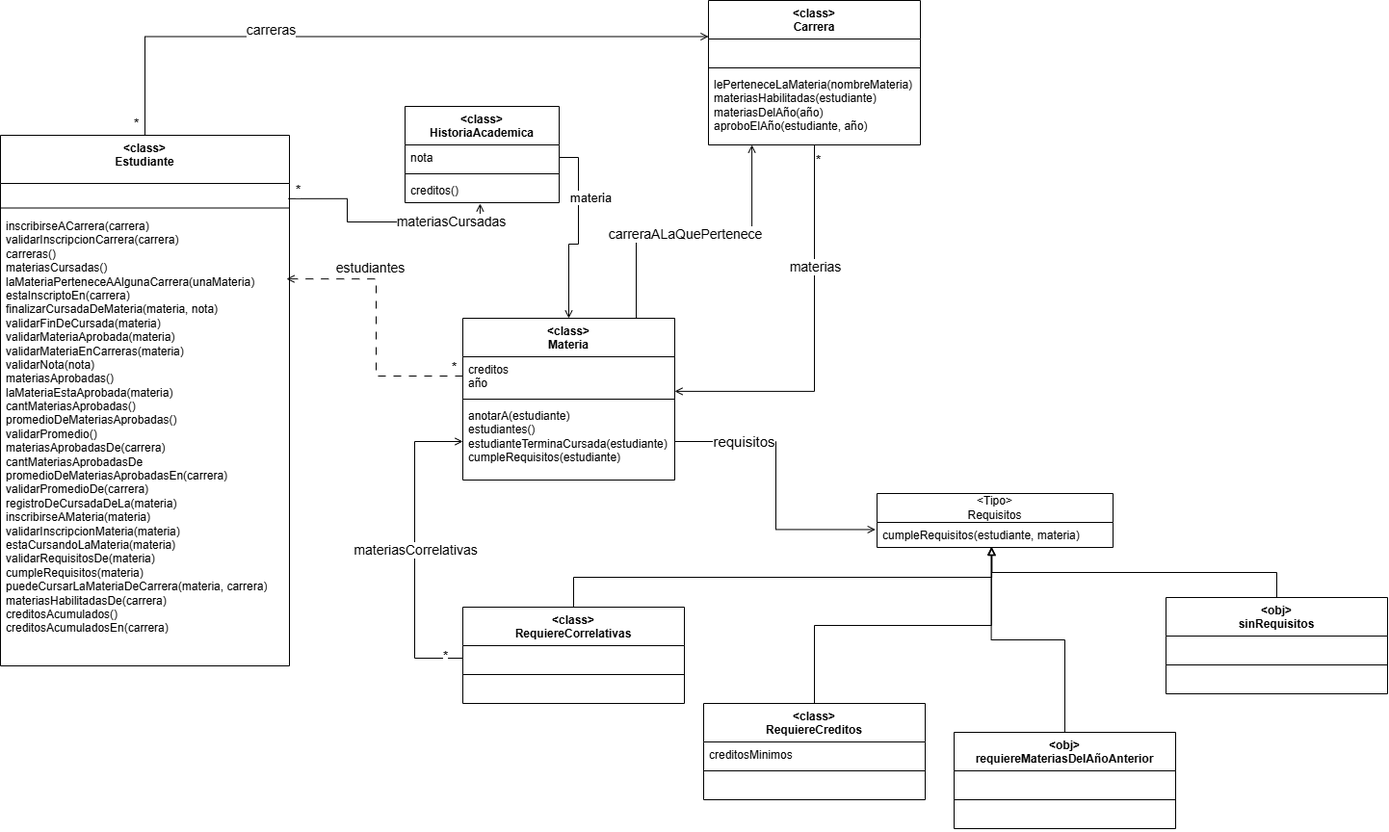
The draw.io diagram DiagramaEstaticoMaterias.drawio.png in obj1unq/obj1unq-2026s2c2_tp3Materias_valentinamiaarenas, before a commit. Source tidied: cells renumbered, new cells last; positions are measured from the earlier drawing's top-left corner, leaving out a move shared by most shapes.
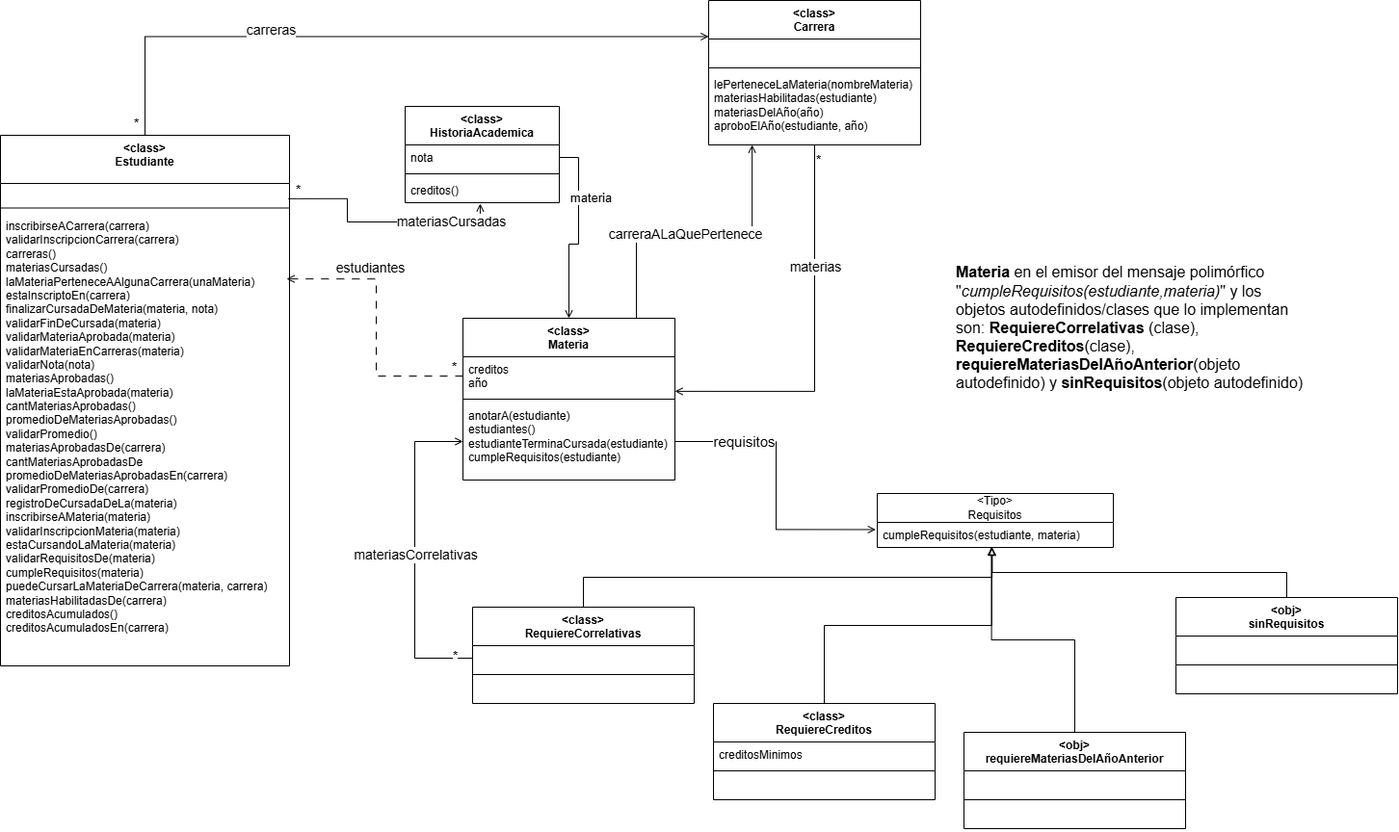
The same file after the commit.

Commit message:
Parte 5.3 Completa

Diff of the diagram source:
```diff
@@ -93,7 +93,7 @@
       <mxGeometry relative="1" as="geometry" />
     </mxCell>
     <mxCell id="27" value="&amp;lt;class&amp;gt;&lt;div&gt;RequiereCorrelativas&lt;/div&gt;" style="swimlane;fontStyle=1;align=center;verticalAlign=top;horizontal=1;startSize=40;whiteSpace=wrap;html=1;" parent="1" vertex="1">
-      <mxGeometry x="480" y="630" width="230" height="100" as="geometry" />
+      <mxGeometry x="490" y="630" width="230" height="100" as="geometry" />
     </mxCell>
     <mxCell id="28" value="&amp;nbsp;" style="text;strokeColor=none;fillColor=none;align=left;verticalAlign=top;spacingLeft=4;spacingRight=4;overflow=hidden;points=[[0,0.5],[1,0.5]];portConstraint=eastwest;whiteSpace=wrap;html=1;" parent="27" vertex="1">
       <mxGeometry y="40" width="230" height="26" as="geometry" />
@@ -108,7 +108,7 @@
       <mxGeometry x="0.01" relative="1" as="geometry" />
     </mxCell>
     <mxCell id="32" value="&amp;lt;class&amp;gt;&lt;div&gt;RequiereCreditos&lt;/div&gt;" style="swimlane;fontStyle=1;align=center;verticalAlign=top;horizontal=1;startSize=40;whiteSpace=wrap;html=1;" parent="1" vertex="1">
-      <mxGeometry x="730" y="730" width="230" height="100" as="geometry" />
+      <mxGeometry x="740" y="730" width="230" height="100" as="geometry" />
     </mxCell>
     <mxCell id="33" value="creditosMinimos" style="text;strokeColor=none;fillColor=none;align=left;verticalAlign=top;spacingLeft=4;spacingRight=4;overflow=hidden;whiteSpace=wrap;html=1;" parent="32" vertex="1">
       <mxGeometry y="40" width="230" height="26" as="geometry" />
@@ -120,7 +120,7 @@
       <mxGeometry y="74" width="230" height="26" as="geometry" />
     </mxCell>
     <mxCell id="36" value="&amp;lt;obj&amp;gt;&lt;div&gt;requiereMateriasDelAñoAnterior&lt;/div&gt;" style="swimlane;fontStyle=1;align=center;verticalAlign=top;horizontal=1;startSize=40;whiteSpace=wrap;html=1;" parent="1" vertex="1">
-      <mxGeometry x="990" y="760" width="230" height="100" as="geometry" />
+      <mxGeometry x="1000" y="760" width="230" height="100" as="geometry" />
     </mxCell>
     <mxCell id="37" value="&amp;nbsp;" style="text;strokeColor=none;fillColor=none;align=left;verticalAlign=top;spacingLeft=4;spacingRight=4;overflow=hidden;whiteSpace=wrap;html=1;" parent="36" vertex="1">
       <mxGeometry y="40" width="230" height="26" as="geometry" />
@@ -132,7 +132,7 @@
       <mxGeometry y="74" width="230" height="26" as="geometry" />
     </mxCell>
     <mxCell id="40" value="&amp;lt;obj&amp;gt;&lt;div&gt;sinRequisitos&lt;/div&gt;" style="swimlane;fontStyle=1;align=center;verticalAlign=top;horizontal=1;startSize=40;whiteSpace=wrap;html=1;" parent="1" vertex="1">
-      <mxGeometry x="1210" y="620" width="230" height="100" as="geometry" />
+      <mxGeometry x="1220" y="620" width="230" height="100" as="geometry" />
     </mxCell>
     <mxCell id="41" value="&amp;nbsp;" style="text;strokeColor=none;fillColor=none;align=left;verticalAlign=top;spacingLeft=4;spacingRight=4;overflow=hidden;whiteSpace=wrap;html=1;" parent="40" vertex="1">
       <mxGeometry y="40" width="230" height="26" as="geometry" />
@@ -209,5 +209,8 @@
         <mxPoint x="25" as="offset" />
       </mxGeometry>
     </mxCell>
+    <mxCell id="61" value="&lt;font style=&quot;font-size: 16px;&quot;&gt;&lt;b&gt;Materia &lt;/b&gt;en el emisor del mensaje polimórfico &quot;&lt;i&gt;cumpleRequisitos(estudiante,materia)&lt;/i&gt;&quot; y los objetos autodefinidos/clases que lo implementan son: &lt;b&gt;RequiereCorrelativas&lt;/b&gt; (clase), &lt;b&gt;RequiereCreditos&lt;/b&gt;(clase), &lt;b&gt;requiereMateriasDelAñoAnterior&lt;/b&gt;(objeto autodefinido) y &lt;b&gt;sinRequisitos&lt;/b&gt;(objeto autodefinido)&lt;/font&gt;" style="text;html=1;whiteSpace=wrap;strokeColor=none;fillColor=none;align=left;verticalAlign=middle;rounded=0;" parent="1" vertex="1">
+      <mxGeometry x="990" y="260" width="370" height="160" as="geometry" />
+    </mxCell>
   </root>
 </mxGraphModel>
```
